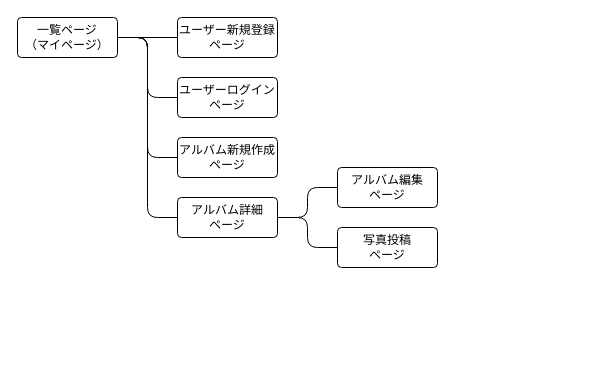
Above: sennizu.dio in yuhorn/memoria (draw.io), before the change. Source tidied: cells renumbered, new cells numbered last; positions are measured from the earlier drawing's top-left corner, leaving out a move shared by most shapes. Both pictures are drawn from the tidied source at 100%, with x=0, y=0 at pixel (17, 17).
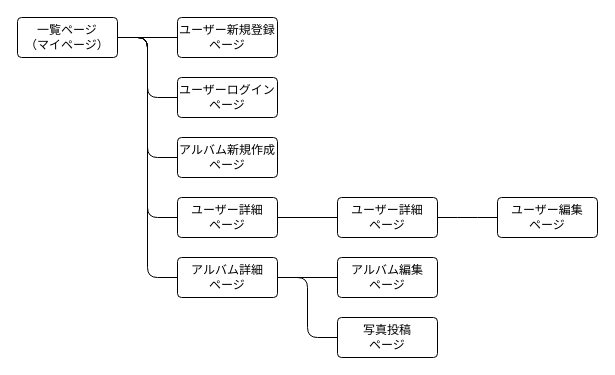
The same page after the edit.

Commit message:
遷移図変更

Diff of the diagram source:
```diff
@@
     <mxCell id="12" value="アルバム詳細&lt;br&gt;ページ" style="rounded=1;arcSize=10;whiteSpace=wrap;html=1;align=center;" parent="1" vertex="1">
-      <mxGeometry x="160" y="180" width="100" height="40" as="geometry" />
+      <mxGeometry x="160" y="240" width="100" height="40" as="geometry" />
     </mxCell>
     <mxCell id="13" value="写真投稿&lt;br&gt;ページ" style="rounded=1;arcSize=10;whiteSpace=wrap;html=1;align=center;" parent="1" vertex="1">
-      <mxGeometry x="320" y="210" width="100" height="40" as="geometry" />
+      <mxGeometry x="320" y="300" width="100" height="40" as="geometry" />
     </mxCell>
     <mxCell id="14" value="アルバム編集&lt;br&gt;ページ" style="rounded=1;arcSize=10;whiteSpace=wrap;html=1;align=center;" parent="1" vertex="1">
-      <mxGeometry x="320" y="150" width="100" height="40" as="geometry" />
+      <mxGeometry x="320" y="240" width="100" height="40" as="geometry" />
     </mxCell>
+    <mxCell id="15" style="edgeStyle=orthogonalEdgeStyle;rounded=1;html=1;endArrow=none;endFill=0;startArrow=none;startFill=0;entryX=0;entryY=0.5;entryDx=0;entryDy=0;exitX=1;exitY=0.5;exitDx=0;exitDy=0;" parent="1" edge="1" source="16" target="18">
+      <mxGeometry relative="1" as="geometry" />
+    </mxCell>
+    <mxCell id="16" value="ユーザー詳細&lt;br&gt;ページ" style="rounded=1;arcSize=10;whiteSpace=wrap;html=1;align=center;" parent="1" vertex="1">
+      <mxGeometry x="160" y="180" width="100" height="40" as="geometry" />
+    </mxCell>
+    <mxCell id="17" style="endArrow=none;html=1;rounded=1;edgeStyle=entityRelationEdgeStyle;entryX=0;entryY=0.5;entryDx=0;entryDy=0;" parent="1" edge="1" target="16">
+      <mxGeometry relative="1" as="geometry">
+        <mxPoint x="100" y="20" as="sourcePoint" />
+      </mxGeometry>
+    </mxCell>
+    <mxCell id="18" value="ユーザー詳細&lt;br&gt;ページ" style="rounded=1;arcSize=10;whiteSpace=wrap;html=1;align=center;" parent="1" vertex="1">
+      <mxGeometry x="320" y="180" width="100" height="40" as="geometry" />
+    </mxCell>
+    <mxCell id="19" value="ユーザー編集&lt;br&gt;ページ" style="rounded=1;arcSize=10;whiteSpace=wrap;html=1;align=center;" parent="1" vertex="1">
+      <mxGeometry x="480" y="180" width="100" height="40" as="geometry" />
+    </mxCell>
+    <mxCell id="20" style="edgeStyle=orthogonalEdgeStyle;rounded=1;html=1;endArrow=none;endFill=0;startArrow=none;startFill=0;entryX=0;entryY=0.5;entryDx=0;entryDy=0;exitX=1;exitY=0.5;exitDx=0;exitDy=0;" parent="1" edge="1" source="18" target="19">
+      <mxGeometry relative="1" as="geometry">
+        <Array as="points">
+          <mxPoint x="450" y="200" />
+          <mxPoint x="450" y="200" />
+        </Array>
+      </mxGeometry>
+    </mxCell>
```
